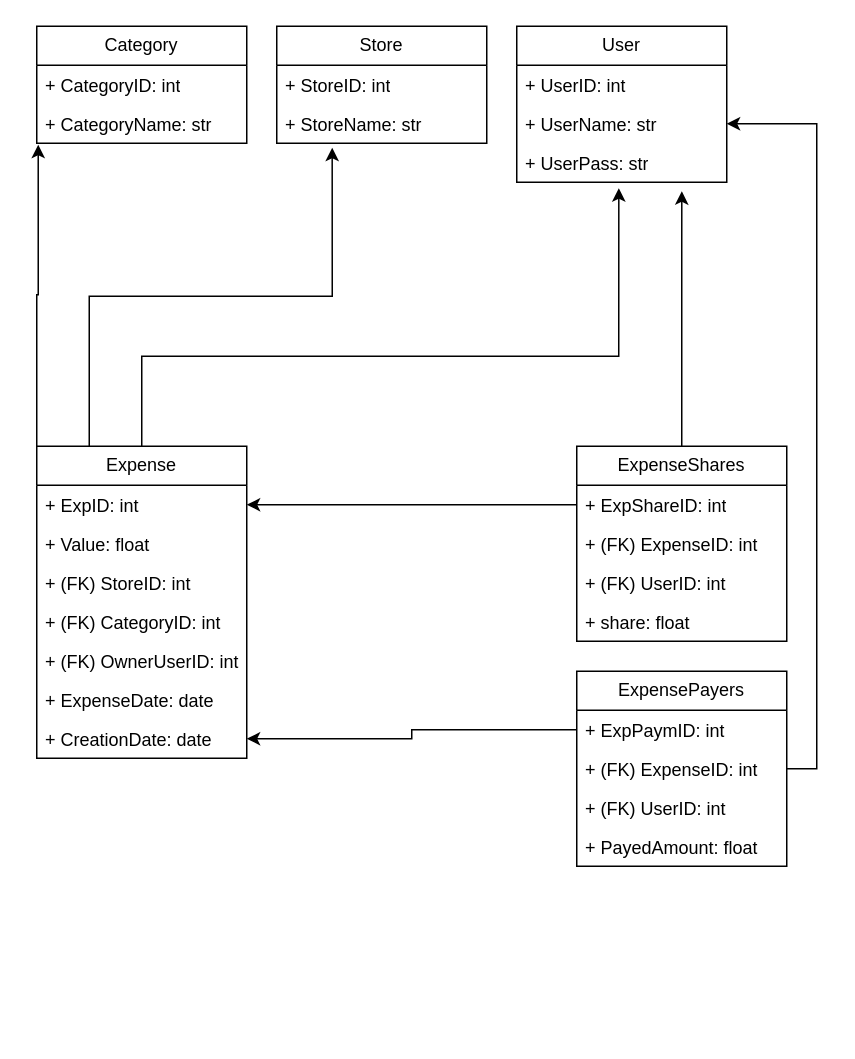
Before: expenses.drawio in ESilva15/ExpSplitter, a draw.io diagram. Source tidied: cells renumbered, new cells numbered last; positions are measured from the earlier drawing's top-left corner, leaving out a move shared by most shapes. Both pictures are drawn from the tidied source at 150%, with x=0, y=0 at pixel (36, 26).
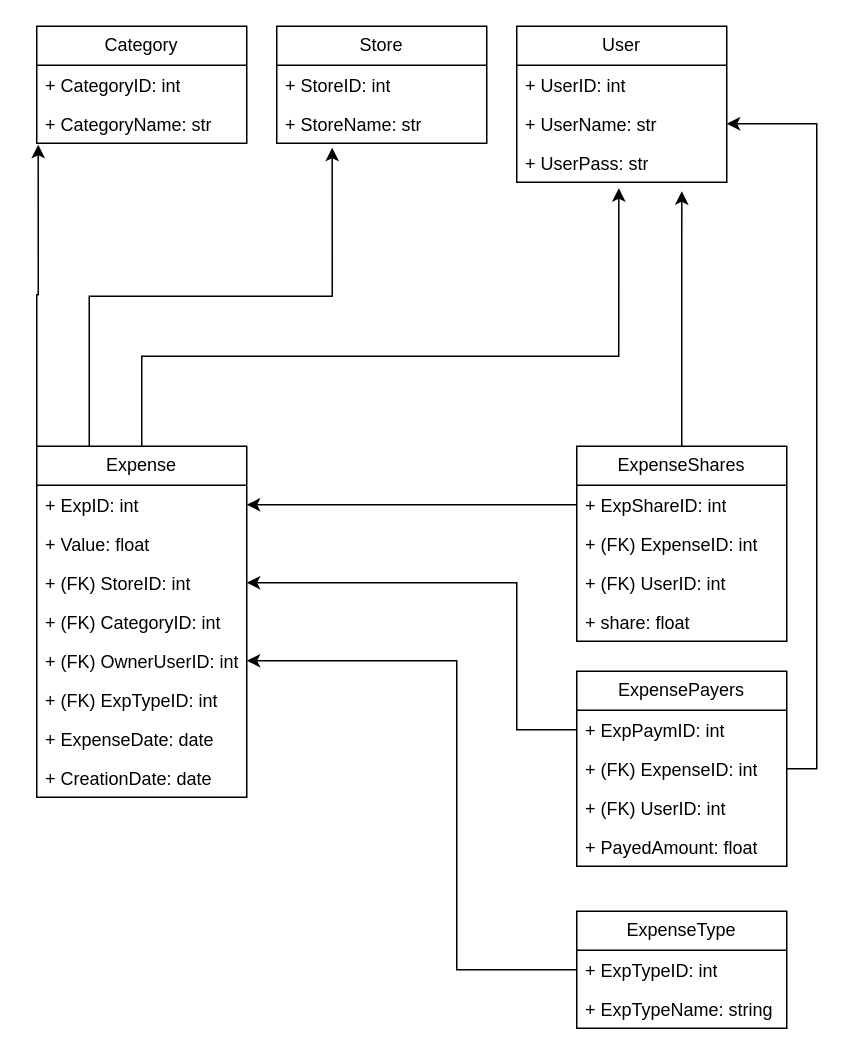
The same diagram, later.

Commit message:
This is related to the schema change

Unchanged cells that the change refers to:
```xml
<mxCell id="5" value="+ (FK) StoreID: int&amp;nbsp;" style="text;strokeColor=none;fillColor=none;align=left;verticalAlign=top;spacingLeft=4;spacingRight=4;overflow=hidden;points=[[0,0.5],[1,0.5]];portConstraint=eastwest;whiteSpace=wrap;html=1;" parent="2" vertex="1">
  <mxGeometry y="78" width="140" height="26" as="geometry" />
</mxCell>
<mxCell id="7" value="+ (FK) Owner&lt;span style=&quot;background-color: initial;&quot;&gt;User&lt;/span&gt;&lt;span style=&quot;background-color: initial;&quot;&gt;ID: int&lt;/span&gt;" style="text;strokeColor=none;fillColor=none;align=left;verticalAlign=top;spacingLeft=4;spacingRight=4;overflow=hidden;points=[[0,0.5],[1,0.5]];portConstraint=eastwest;whiteSpace=wrap;html=1;" parent="2" vertex="1">
  <mxGeometry y="130" width="140" height="26" as="geometry" />
</mxCell>
<mxCell id="21" value="+ ExpPaymID: int" style="text;strokeColor=none;fillColor=none;align=left;verticalAlign=top;spacingLeft=4;spacingRight=4;overflow=hidden;points=[[0,0.5],[1,0.5]];portConstraint=eastwest;whiteSpace=wrap;html=1;" parent="20" vertex="1">
  <mxGeometry y="26" width="140" height="26" as="geometry" />
</mxCell>
```

Diff of the diagram source:
```diff
@@
     <mxCell id="2" value="Expense" style="swimlane;fontStyle=0;horizontal=1;startSize=26;fillColor=none;whiteSpace=wrap;html=1;" parent="1" vertex="1">
-      <mxGeometry y="280" width="140" height="208" as="geometry" />
+      <mxGeometry y="280" width="140" height="234" as="geometry" />
     </mxCell>
@@
+    <mxCell id="37" value="+ (FK) ExpTypeID&lt;span style=&quot;background-color: initial;&quot;&gt;: int&lt;/span&gt;" style="text;strokeColor=none;fillColor=none;align=left;verticalAlign=top;spacingLeft=4;spacingRight=4;overflow=hidden;whiteSpace=wrap;html=1;" parent="2" vertex="1">
+      <mxGeometry y="156" width="140" height="26" as="geometry" />
+    </mxCell>
     <mxCell id="8" value="+ ExpenseDate&lt;span style=&quot;background-color: initial;&quot;&gt;: date&lt;/span&gt;" style="text;strokeColor=none;fillColor=none;align=left;verticalAlign=top;spacingLeft=4;spacingRight=4;overflow=hidden;whiteSpace=wrap;html=1;" parent="2" vertex="1">
-      <mxGeometry y="156" width="140" height="26" as="geometry" />
+      <mxGeometry y="182" width="140" height="26" as="geometry" />
     </mxCell>
     <mxCell id="9" value="+ CreationDate&lt;span style=&quot;background-color: initial;&quot;&gt;: date&lt;/span&gt;" style="text;strokeColor=none;fillColor=none;align=left;verticalAlign=top;spacingLeft=4;spacingRight=4;overflow=hidden;points=[[0,0.5],[1,0.5]];portConstraint=eastwest;whiteSpace=wrap;html=1;" parent="2" vertex="1">
-      <mxGeometry y="182" width="140" height="26" as="geometry" />
+      <mxGeometry y="208" width="140" height="26" as="geometry" />
     </mxCell>
@@
-    <mxCell id="34" style="edgeStyle=orthogonalEdgeStyle;rounded=0;jettySize=auto;html=1;exitX=0;exitY=0.5;exitDx=0;exitDy=0;entryX=1;entryY=0.5;entryDx=0;entryDy=0;" parent="1" edge="1" source="21" target="9">
-      <mxGeometry relative="1" as="geometry" />
-    </mxCell>
@@
+    <mxCell id="38" value="ExpenseType" style="swimlane;fontStyle=0;horizontal=1;startSize=26;fillColor=none;whiteSpace=wrap;html=1;" parent="1" vertex="1">
+      <mxGeometry x="360" y="590" width="140" height="78" as="geometry" />
+    </mxCell>
+    <mxCell id="39" value="+ ExpTypeID: int" style="text;strokeColor=none;fillColor=none;align=left;verticalAlign=top;spacingLeft=4;spacingRight=4;overflow=hidden;points=[[0,0.5],[1,0.5]];portConstraint=eastwest;whiteSpace=wrap;html=1;" parent="38" vertex="1">
+      <mxGeometry y="26" width="140" height="26" as="geometry" />
+    </mxCell>
+    <mxCell id="40" value="+ ExpTypeName: string" style="text;strokeColor=none;fillColor=none;align=left;verticalAlign=top;spacingLeft=4;spacingRight=4;overflow=hidden;whiteSpace=wrap;html=1;" parent="38" vertex="1">
+      <mxGeometry y="52" width="140" height="26" as="geometry" />
+    </mxCell>
+    <mxCell id="41" style="edgeStyle=orthogonalEdgeStyle;rounded=0;jettySize=auto;html=1;exitX=0;exitY=0.5;exitDx=0;exitDy=0;entryX=1;entryY=0.5;entryDx=0;entryDy=0;" parent="1" edge="1" source="21" target="5">
+      <mxGeometry relative="1" as="geometry">
+        <Array as="points">
+          <mxPoint x="320" y="469" />
+          <mxPoint x="320" y="371" />
+        </Array>
+      </mxGeometry>
+    </mxCell>
+    <mxCell id="42" style="edgeStyle=orthogonalEdgeStyle;rounded=0;jettySize=auto;html=1;exitX=0;exitY=0.5;exitDx=0;exitDy=0;entryX=1;entryY=0.5;entryDx=0;entryDy=0;" parent="1" edge="1" source="39" target="7">
+      <mxGeometry relative="1" as="geometry">
+        <Array as="points">
+          <mxPoint x="280" y="629" />
+          <mxPoint x="280" y="423" />
+        </Array>
+      </mxGeometry>
+    </mxCell>
```
